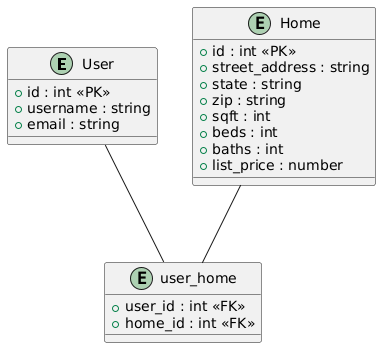
This is docs/images/ERD_Diagram.png from homedotllc/full_stack_assessment_skeleton, a PlantUML export, as it was before one commit. Its diagram source:
```plantuml
@startuml
entity "User" {
    + id : int <<PK>>
    + username : string
    + email : string
}

entity "Home" {
    + id : int <<PK>>
    + street_address : string
    + state : string
    + zip : string
    + sqft : int
    + beds : int
    + baths : int
    + list_price : number
}

entity "user_home" {
    + user_id : int <<FK>>
    + home_id : int <<FK>>
}

User -- "user_home" : ""
Home -- "user_home" : ""
@enduml
```
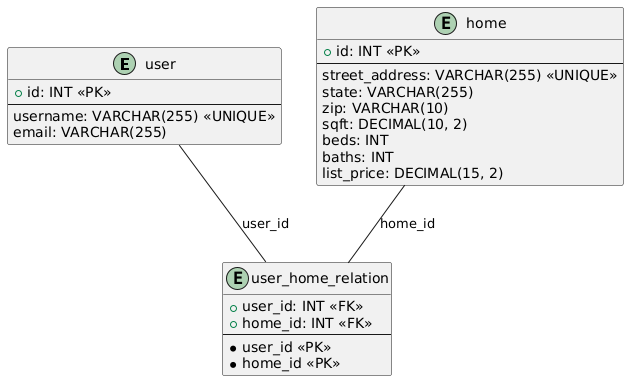
After the commit.

Commit message:
chore: Updated README , video demonstration, ERD diagram

The edit, as a diff of the source:
```diff
@@ -1,26 +1,31 @@
 @startuml
-entity "User" {
-    + id : int <<PK>>
-    + username : string
-    + email : string
+entity "user" as U {
+  + id: INT <<PK>>
+  --
+  username: VARCHAR(255) <<UNIQUE>>
+  email: VARCHAR(255)
 }
 
-entity "Home" {
-    + id : int <<PK>>
-    + street_address : string
-    + state : string
-    + zip : string
-    + sqft : int
-    + beds : int
-    + baths : int
-    + list_price : number
+entity "home" as H {
+  + id: INT <<PK>>
+  --
+  street_address: VARCHAR(255) <<UNIQUE>>
+  state: VARCHAR(255)
+  zip: VARCHAR(10)
+  sqft: DECIMAL(10, 2)
+  beds: INT
+  baths: INT
+  list_price: DECIMAL(15, 2)
 }
 
-entity "user_home" {
-    + user_id : int <<FK>>
-    + home_id : int <<FK>>
+entity "user_home_relation" as UHR {
+  + user_id: INT <<FK>>
+  + home_id: INT <<FK>>
+  --
+  * user_id <<PK>>
+  * home_id <<PK>>
 }
 
-User -- "user_home" : ""
-Home -- "user_home" : ""
+U -- UHR: "user_id"
+H -- UHR: "home_id"
 @enduml
```
